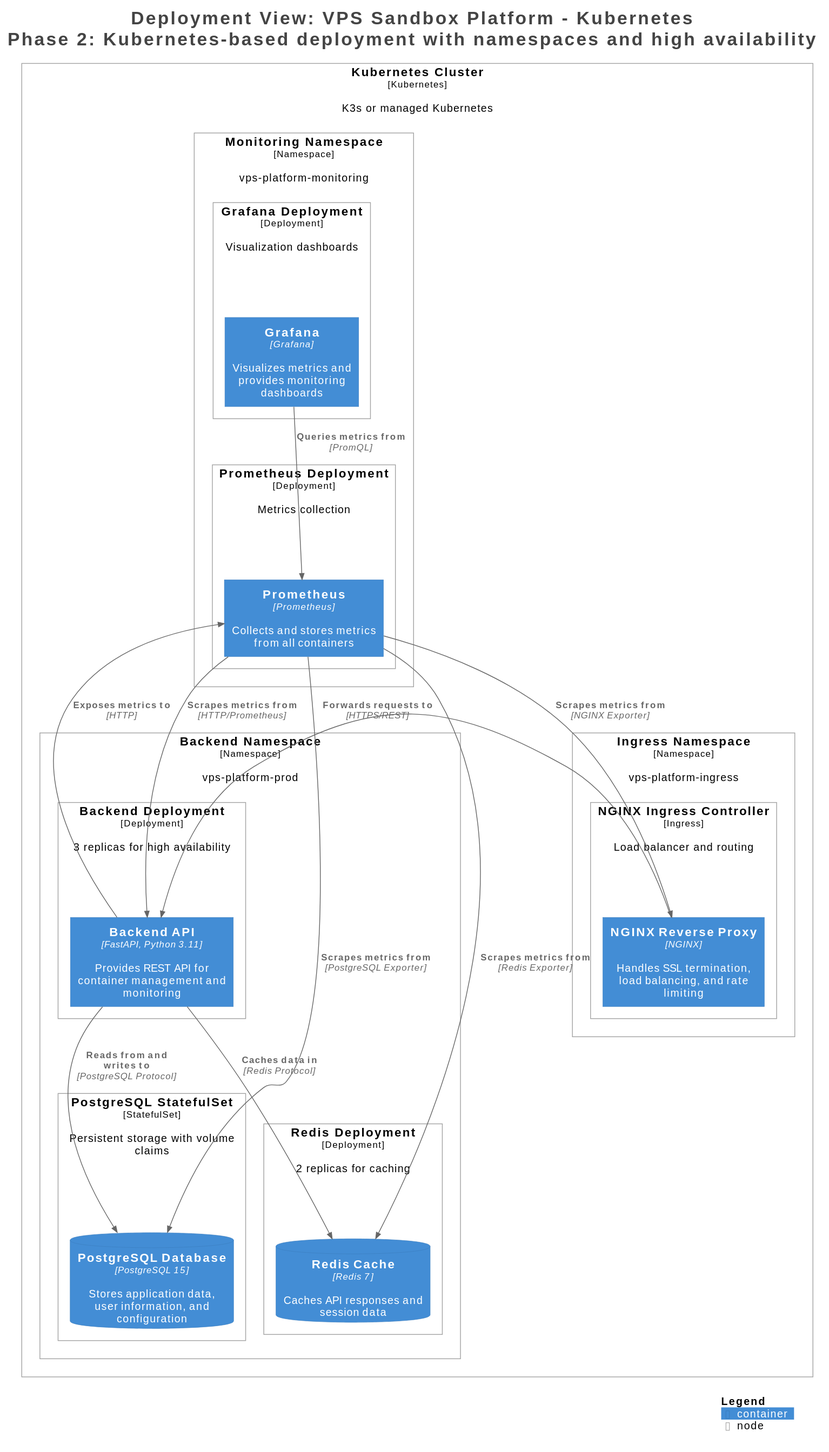
Earlier version of the PlantUML export docs/projects/vps-sandbox-platform/images/c4-kubernetes-deployment.svg (christosm-dev/christosm.dev). Source of this version:
```plantuml
@startuml
title <size:24>Deployment View: VPS Sandbox Platform - Kubernetes</size>\n<size:24>Phase 2: Kubernetes-based deployment with namespaces and high availability</size>

set separator none
top to bottom direction

<style>
  root {
    BackgroundColor: #ffffff
    FontColor: #444444
  }
</style>

!include <C4/C4>
!include <C4/C4_Context>
!include <C4/C4_Container>
!include <C4/C4_Deployment>

Deployment_Node(Kubernetes.KubernetesCluster, "Kubernetes Cluster", $type="Kubernetes", $descr="K3s or managed Kubernetes", $tags="", $link="") {
  Deployment_Node(Kubernetes.KubernetesCluster.BackendNamespace, "Backend Namespace", $type="Namespace", $descr="vps-platform-prod", $tags="", $link="") {
    Deployment_Node(Kubernetes.KubernetesCluster.BackendNamespace.BackendDeployment, "Backend Deployment", $type="Deployment", $descr="3 replicas for high availability", $tags="", $link="") {
      Container(Kubernetes.KubernetesCluster.BackendNamespace.BackendDeployment.BackendAPI_1, "Backend API", $techn="FastAPI, Python 3.11", $descr="Provides REST API for container management and monitoring", $tags="", $link="")
    }

    Deployment_Node(Kubernetes.KubernetesCluster.BackendNamespace.PostgreSQLStatefulSet, "PostgreSQL StatefulSet", $type="StatefulSet", $descr="Persistent storage with volume claims", $tags="", $link="") {
      ContainerDb(Kubernetes.KubernetesCluster.BackendNamespace.PostgreSQLStatefulSet.PostgreSQLDatabase_1, "PostgreSQL Database", $techn="PostgreSQL 15", $descr="Stores application data, user information, and configuration", $tags="", $link="")
    }

    Deployment_Node(Kubernetes.KubernetesCluster.BackendNamespace.RedisDeployment, "Redis Deployment", $type="Deployment", $descr="2 replicas for caching", $tags="", $link="") {
      ContainerDb(Kubernetes.KubernetesCluster.BackendNamespace.RedisDeployment.RedisCache_1, "Redis Cache", $techn="Redis 7", $descr="Caches API responses and session data", $tags="", $link="")
    }

  }

  Deployment_Node(Kubernetes.KubernetesCluster.IngressNamespace, "Ingress Namespace", $type="Namespace", $descr="vps-platform-ingress", $tags="", $link="") {
    Deployment_Node(Kubernetes.KubernetesCluster.IngressNamespace.NGINXIngressController, "NGINX Ingress Controller", $type="Ingress", $descr="Load balancer and routing", $tags="", $link="") {
      Container(Kubernetes.KubernetesCluster.IngressNamespace.NGINXIngressController.NGINXReverseProxy_1, "NGINX Reverse Proxy", $techn="NGINX", $descr="Handles SSL termination, load balancing, and rate limiting", $tags="", $link="")
    }

  }

  Deployment_Node(Kubernetes.KubernetesCluster.MonitoringNamespace, "Monitoring Namespace", $type="Namespace", $descr="vps-platform-monitoring", $tags="", $link="") {
    Deployment_Node(Kubernetes.KubernetesCluster.MonitoringNamespace.PrometheusDeployment, "Prometheus Deployment", $type="Deployment", $descr="Metrics collection", $tags="", $link="") {
      Container(Kubernetes.KubernetesCluster.MonitoringNamespace.PrometheusDeployment.Prometheus_1, "Prometheus", $techn="Prometheus", $descr="Collects and stores metrics from all containers", $tags="", $link="")
    }

    Deployment_Node(Kubernetes.KubernetesCluster.MonitoringNamespace.GrafanaDeployment, "Grafana Deployment", $type="Deployment", $descr="Visualization dashboards", $tags="", $link="") {
      Container(Kubernetes.KubernetesCluster.MonitoringNamespace.GrafanaDeployment.Grafana_1, "Grafana", $techn="Grafana", $descr="Visualizes metrics and provides monitoring dashboards", $tags="", $link="")
    }

  }

}

Rel(Kubernetes.KubernetesCluster.BackendNamespace.BackendDeployment.BackendAPI_1, Kubernetes.KubernetesCluster.BackendNamespace.PostgreSQLStatefulSet.PostgreSQLDatabase_1, "Reads from and writes to", $techn="PostgreSQL Protocol", $tags="", $link="")
Rel(Kubernetes.KubernetesCluster.BackendNamespace.BackendDeployment.BackendAPI_1, Kubernetes.KubernetesCluster.BackendNamespace.RedisDeployment.RedisCache_1, "Caches data in", $techn="Redis Protocol", $tags="", $link="")
Rel(Kubernetes.KubernetesCluster.IngressNamespace.NGINXIngressController.NGINXReverseProxy_1, Kubernetes.KubernetesCluster.BackendNamespace.BackendDeployment.BackendAPI_1, "Forwards requests to", $techn="HTTPS/REST", $tags="", $link="")
Rel(Kubernetes.KubernetesCluster.MonitoringNamespace.PrometheusDeployment.Prometheus_1, Kubernetes.KubernetesCluster.BackendNamespace.BackendDeployment.BackendAPI_1, "Scrapes metrics from", $techn="HTTP/Prometheus", $tags="", $link="")
Rel(Kubernetes.KubernetesCluster.BackendNamespace.BackendDeployment.BackendAPI_1, Kubernetes.KubernetesCluster.MonitoringNamespace.PrometheusDeployment.Prometheus_1, "Exposes metrics to", $techn="HTTP", $tags="", $link="")
Rel(Kubernetes.KubernetesCluster.MonitoringNamespace.PrometheusDeployment.Prometheus_1, Kubernetes.KubernetesCluster.BackendNamespace.PostgreSQLStatefulSet.PostgreSQLDatabase_1, "Scrapes metrics from", $techn="PostgreSQL Exporter", $tags="", $link="")
Rel(Kubernetes.KubernetesCluster.MonitoringNamespace.PrometheusDeployment.Prometheus_1, Kubernetes.KubernetesCluster.BackendNamespace.RedisDeployment.RedisCache_1, "Scrapes metrics from", $techn="Redis Exporter", $tags="", $link="")
Rel(Kubernetes.KubernetesCluster.MonitoringNamespace.PrometheusDeployment.Prometheus_1, Kubernetes.KubernetesCluster.IngressNamespace.NGINXIngressController.NGINXReverseProxy_1, "Scrapes metrics from", $techn="NGINX Exporter", $tags="", $link="")
Rel(Kubernetes.KubernetesCluster.MonitoringNamespace.GrafanaDeployment.Grafana_1, Kubernetes.KubernetesCluster.MonitoringNamespace.PrometheusDeployment.Prometheus_1, "Queries metrics from", $techn="PromQL", $tags="", $link="")

SHOW_LEGEND(true)
hide stereotypes
@enduml
```
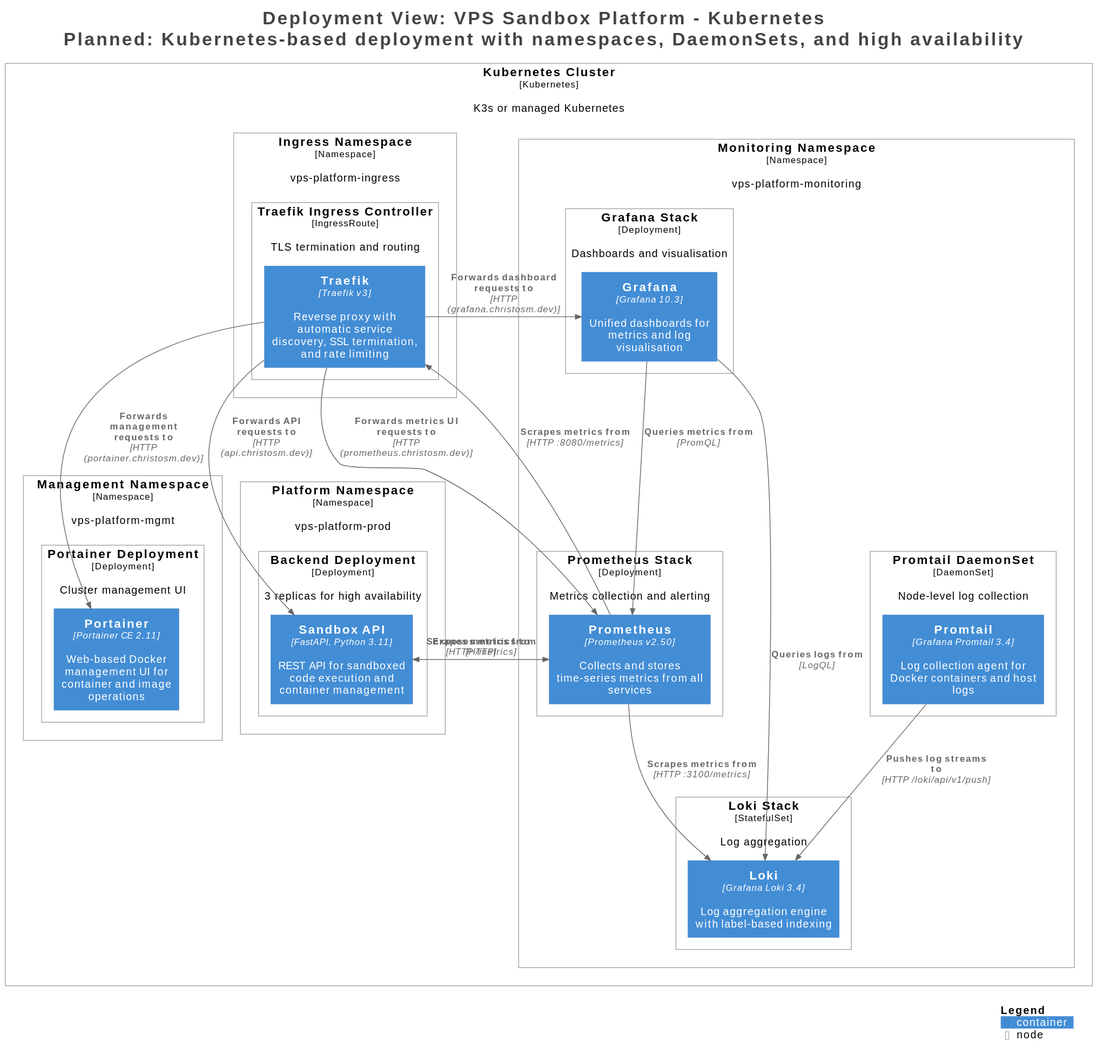
Later version of the same file.

Commit message:
Sync docs: Rework C4 architecture to match deployed VPS stack

Diff of the diagram source:
```diff
@@ -1,5 +1,5 @@
 @startuml
-title <size:24>Deployment View: VPS Sandbox Platform - Kubernetes</size>\n<size:24>Phase 2: Kubernetes-based deployment with namespaces and high availability</size>
+title <size:24>Deployment View: VPS Sandbox Platform - Kubernetes</size>\n<size:24>Planned: Kubernetes-based deployment with namespaces, DaemonSets, and high availability</size>
 
 set separator none
 top to bottom direction
@@ -17,50 +17,59 @@
 !include <C4/C4_Deployment>
 
 Deployment_Node(Kubernetes.KubernetesCluster, "Kubernetes Cluster", $type="Kubernetes", $descr="K3s or managed Kubernetes", $tags="", $link="") {
-  Deployment_Node(Kubernetes.KubernetesCluster.BackendNamespace, "Backend Namespace", $type="Namespace", $descr="vps-platform-prod", $tags="", $link="") {
-    Deployment_Node(Kubernetes.KubernetesCluster.BackendNamespace.BackendDeployment, "Backend Deployment", $type="Deployment", $descr="3 replicas for high availability", $tags="", $link="") {
-      Container(Kubernetes.KubernetesCluster.BackendNamespace.BackendDeployment.BackendAPI_1, "Backend API", $techn="FastAPI, Python 3.11", $descr="Provides REST API for container management and monitoring", $tags="", $link="")
-    }
-
-    Deployment_Node(Kubernetes.KubernetesCluster.BackendNamespace.PostgreSQLStatefulSet, "PostgreSQL StatefulSet", $type="StatefulSet", $descr="Persistent storage with volume claims", $tags="", $link="") {
-      ContainerDb(Kubernetes.KubernetesCluster.BackendNamespace.PostgreSQLStatefulSet.PostgreSQLDatabase_1, "PostgreSQL Database", $techn="PostgreSQL 15", $descr="Stores application data, user information, and configuration", $tags="", $link="")
-    }
-
-    Deployment_Node(Kubernetes.KubernetesCluster.BackendNamespace.RedisDeployment, "Redis Deployment", $type="Deployment", $descr="2 replicas for caching", $tags="", $link="") {
-      ContainerDb(Kubernetes.KubernetesCluster.BackendNamespace.RedisDeployment.RedisCache_1, "Redis Cache", $techn="Redis 7", $descr="Caches API responses and session data", $tags="", $link="")
+  Deployment_Node(Kubernetes.KubernetesCluster.PlatformNamespace, "Platform Namespace", $type="Namespace", $descr="vps-platform-prod", $tags="", $link="") {
+    Deployment_Node(Kubernetes.KubernetesCluster.PlatformNamespace.BackendDeployment, "Backend Deployment", $type="Deployment", $descr="3 replicas for high availability", $tags="", $link="") {
+      Container(Kubernetes.KubernetesCluster.PlatformNamespace.BackendDeployment.SandboxAPI_1, "Sandbox API", $techn="FastAPI, Python 3.11", $descr="REST API for sandboxed code execution and container management", $tags="", $link="")
     }
 
   }
 
   Deployment_Node(Kubernetes.KubernetesCluster.IngressNamespace, "Ingress Namespace", $type="Namespace", $descr="vps-platform-ingress", $tags="", $link="") {
-    Deployment_Node(Kubernetes.KubernetesCluster.IngressNamespace.NGINXIngressController, "NGINX Ingress Controller", $type="Ingress", $descr="Load balancer and routing", $tags="", $link="") {
-      Container(Kubernetes.KubernetesCluster.IngressNamespace.NGINXIngressController.NGINXReverseProxy_1, "NGINX Reverse Proxy", $techn="NGINX", $descr="Handles SSL termination, load balancing, and rate limiting", $tags="", $link="")
+    Deployment_Node(Kubernetes.KubernetesCluster.IngressNamespace.TraefikIngressController, "Traefik Ingress Controller", $type="IngressRoute", $descr="TLS termination and routing", $tags="", $link="") {
+      Container(Kubernetes.KubernetesCluster.IngressNamespace.TraefikIngressController.Traefik_1, "Traefik", $techn="Traefik v3", $descr="Reverse proxy with automatic service discovery, SSL termination, and rate limiting", $tags="", $link="")
     }
 
   }
 
   Deployment_Node(Kubernetes.KubernetesCluster.MonitoringNamespace, "Monitoring Namespace", $type="Namespace", $descr="vps-platform-monitoring", $tags="", $link="") {
-    Deployment_Node(Kubernetes.KubernetesCluster.MonitoringNamespace.PrometheusDeployment, "Prometheus Deployment", $type="Deployment", $descr="Metrics collection", $tags="", $link="") {
-      Container(Kubernetes.KubernetesCluster.MonitoringNamespace.PrometheusDeployment.Prometheus_1, "Prometheus", $techn="Prometheus", $descr="Collects and stores metrics from all containers", $tags="", $link="")
+    Deployment_Node(Kubernetes.KubernetesCluster.MonitoringNamespace.PrometheusStack, "Prometheus Stack", $type="Deployment", $descr="Metrics collection and alerting", $tags="", $link="") {
+      Container(Kubernetes.KubernetesCluster.MonitoringNamespace.PrometheusStack.Prometheus_1, "Prometheus", $techn="Prometheus v2.50", $descr="Collects and stores time-series metrics from all services", $tags="", $link="")
     }
 
-    Deployment_Node(Kubernetes.KubernetesCluster.MonitoringNamespace.GrafanaDeployment, "Grafana Deployment", $type="Deployment", $descr="Visualization dashboards", $tags="", $link="") {
-      Container(Kubernetes.KubernetesCluster.MonitoringNamespace.GrafanaDeployment.Grafana_1, "Grafana", $techn="Grafana", $descr="Visualizes metrics and provides monitoring dashboards", $tags="", $link="")
+    Deployment_Node(Kubernetes.KubernetesCluster.MonitoringNamespace.GrafanaStack, "Grafana Stack", $type="Deployment", $descr="Dashboards and visualisation", $tags="", $link="") {
+      Container(Kubernetes.KubernetesCluster.MonitoringNamespace.GrafanaStack.Grafana_1, "Grafana", $techn="Grafana 10.3", $descr="Unified dashboards for metrics and log visualisation", $tags="", $link="")
+    }
+
+    Deployment_Node(Kubernetes.KubernetesCluster.MonitoringNamespace.LokiStack, "Loki Stack", $type="StatefulSet", $descr="Log aggregation", $tags="", $link="") {
+      Container(Kubernetes.KubernetesCluster.MonitoringNamespace.LokiStack.Loki_1, "Loki", $techn="Grafana Loki 3.4", $descr="Log aggregation engine with label-based indexing", $tags="", $link="")
+    }
+
+    Deployment_Node(Kubernetes.KubernetesCluster.MonitoringNamespace.PromtailDaemonSet, "Promtail DaemonSet", $type="DaemonSet", $descr="Node-level log collection", $tags="", $link="") {
+      Container(Kubernetes.KubernetesCluster.MonitoringNamespace.PromtailDaemonSet.Promtail_1, "Promtail", $techn="Grafana Promtail 3.4", $descr="Log collection agent for Docker containers and host logs", $tags="", $link="")
+    }
+
+  }
+
+  Deployment_Node(Kubernetes.KubernetesCluster.ManagementNamespace, "Management Namespace", $type="Namespace", $descr="vps-platform-mgmt", $tags="", $link="") {
+    Deployment_Node(Kubernetes.KubernetesCluster.ManagementNamespace.PortainerDeployment, "Portainer Deployment", $type="Deployment", $descr="Cluster management UI", $tags="", $link="") {
+      Container(Kubernetes.KubernetesCluster.ManagementNamespace.PortainerDeployment.Portainer_1, "Portainer", $techn="Portainer CE 2.11", $descr="Web-based Docker management UI for container and image operations", $tags="", $link="")
     }
 
   }
 
 }
 
-Rel(Kubernetes.KubernetesCluster.BackendNamespace.BackendDeployment.BackendAPI_1, Kubernetes.KubernetesCluster.BackendNamespace.PostgreSQLStatefulSet.PostgreSQLDatabase_1, "Reads from and writes to", $techn="PostgreSQL Protocol", $tags="", $link="")
-Rel(Kubernetes.KubernetesCluster.BackendNamespace.BackendDeployment.BackendAPI_1, Kubernetes.KubernetesCluster.BackendNamespace.RedisDeployment.RedisCache_1, "Caches data in", $techn="Redis Protocol", $tags="", $link="")
-Rel(Kubernetes.KubernetesCluster.IngressNamespace.NGINXIngressController.NGINXReverseProxy_1, Kubernetes.KubernetesCluster.BackendNamespace.BackendDeployment.BackendAPI_1, "Forwards requests to", $techn="HTTPS/REST", $tags="", $link="")
-Rel(Kubernetes.KubernetesCluster.MonitoringNamespace.PrometheusDeployment.Prometheus_1, Kubernetes.KubernetesCluster.BackendNamespace.BackendDeployment.BackendAPI_1, "Scrapes metrics from", $techn="HTTP/Prometheus", $tags="", $link="")
-Rel(Kubernetes.KubernetesCluster.BackendNamespace.BackendDeployment.BackendAPI_1, Kubernetes.KubernetesCluster.MonitoringNamespace.PrometheusDeployment.Prometheus_1, "Exposes metrics to", $techn="HTTP", $tags="", $link="")
-Rel(Kubernetes.KubernetesCluster.MonitoringNamespace.PrometheusDeployment.Prometheus_1, Kubernetes.KubernetesCluster.BackendNamespace.PostgreSQLStatefulSet.PostgreSQLDatabase_1, "Scrapes metrics from", $techn="PostgreSQL Exporter", $tags="", $link="")
-Rel(Kubernetes.KubernetesCluster.MonitoringNamespace.PrometheusDeployment.Prometheus_1, Kubernetes.KubernetesCluster.BackendNamespace.RedisDeployment.RedisCache_1, "Scrapes metrics from", $techn="Redis Exporter", $tags="", $link="")
-Rel(Kubernetes.KubernetesCluster.MonitoringNamespace.PrometheusDeployment.Prometheus_1, Kubernetes.KubernetesCluster.IngressNamespace.NGINXIngressController.NGINXReverseProxy_1, "Scrapes metrics from", $techn="NGINX Exporter", $tags="", $link="")
-Rel(Kubernetes.KubernetesCluster.MonitoringNamespace.GrafanaDeployment.Grafana_1, Kubernetes.KubernetesCluster.MonitoringNamespace.PrometheusDeployment.Prometheus_1, "Queries metrics from", $techn="PromQL", $tags="", $link="")
+Rel(Kubernetes.KubernetesCluster.IngressNamespace.TraefikIngressController.Traefik_1, Kubernetes.KubernetesCluster.ManagementNamespace.PortainerDeployment.Portainer_1, "Forwards management requests to", $techn="HTTP (portainer.christosm.dev)", $tags="", $link="")
+Rel(Kubernetes.KubernetesCluster.IngressNamespace.TraefikIngressController.Traefik_1, Kubernetes.KubernetesCluster.PlatformNamespace.BackendDeployment.SandboxAPI_1, "Forwards API requests to", $techn="HTTP (api.christosm.dev)", $tags="", $link="")
+Rel(Kubernetes.KubernetesCluster.MonitoringNamespace.PrometheusStack.Prometheus_1, Kubernetes.KubernetesCluster.PlatformNamespace.BackendDeployment.SandboxAPI_1, "Scrapes metrics from", $techn="HTTP /metrics", $tags="", $link="")
+Rel(Kubernetes.KubernetesCluster.PlatformNamespace.BackendDeployment.SandboxAPI_1, Kubernetes.KubernetesCluster.MonitoringNamespace.PrometheusStack.Prometheus_1, "Exposes metrics to", $techn="HTTP", $tags="", $link="")
+Rel(Kubernetes.KubernetesCluster.MonitoringNamespace.PrometheusStack.Prometheus_1, Kubernetes.KubernetesCluster.IngressNamespace.TraefikIngressController.Traefik_1, "Scrapes metrics from", $techn="HTTP :8080/metrics", $tags="", $link="")
+Rel(Kubernetes.KubernetesCluster.IngressNamespace.TraefikIngressController.Traefik_1, Kubernetes.KubernetesCluster.MonitoringNamespace.PrometheusStack.Prometheus_1, "Forwards metrics UI requests to", $techn="HTTP (prometheus.christosm.dev)", $tags="", $link="")
+Rel(Kubernetes.KubernetesCluster.IngressNamespace.TraefikIngressController.Traefik_1, Kubernetes.KubernetesCluster.MonitoringNamespace.GrafanaStack.Grafana_1, "Forwards dashboard requests to", $techn="HTTP (grafana.christosm.dev)", $tags="", $link="")
+Rel(Kubernetes.KubernetesCluster.MonitoringNamespace.GrafanaStack.Grafana_1, Kubernetes.KubernetesCluster.MonitoringNamespace.PrometheusStack.Prometheus_1, "Queries metrics from", $techn="PromQL", $tags="", $link="")
+Rel(Kubernetes.KubernetesCluster.MonitoringNamespace.PrometheusStack.Prometheus_1, Kubernetes.KubernetesCluster.MonitoringNamespace.LokiStack.Loki_1, "Scrapes metrics from", $techn="HTTP :3100/metrics", $tags="", $link="")
+Rel(Kubernetes.KubernetesCluster.MonitoringNamespace.GrafanaStack.Grafana_1, Kubernetes.KubernetesCluster.MonitoringNamespace.LokiStack.Loki_1, "Queries logs from", $techn="LogQL", $tags="", $link="")
+Rel(Kubernetes.KubernetesCluster.MonitoringNamespace.PromtailDaemonSet.Promtail_1, Kubernetes.KubernetesCluster.MonitoringNamespace.LokiStack.Loki_1, "Pushes log streams to", $techn="HTTP /loki/api/v1/push", $tags="", $link="")
 
 SHOW_LEGEND(true)
 hide stereotypes
```
